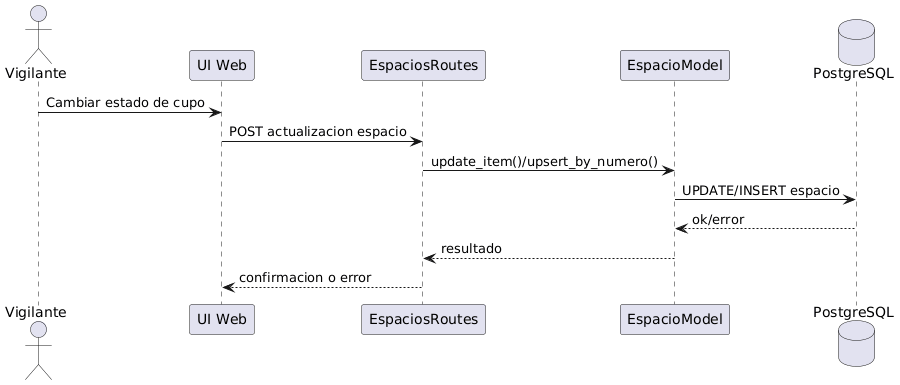
Before: docs/uml/render/secuencias/CU09_gestionar_espacios.png, a diagram exported from PlantUML (maranavard/SISTEMA-COMPUTACIONAL-PARA-LA-GESTION-Y-CONTROL-DE-ACCESO-DE-AUTOMOVILES-M-DULO-WEB).
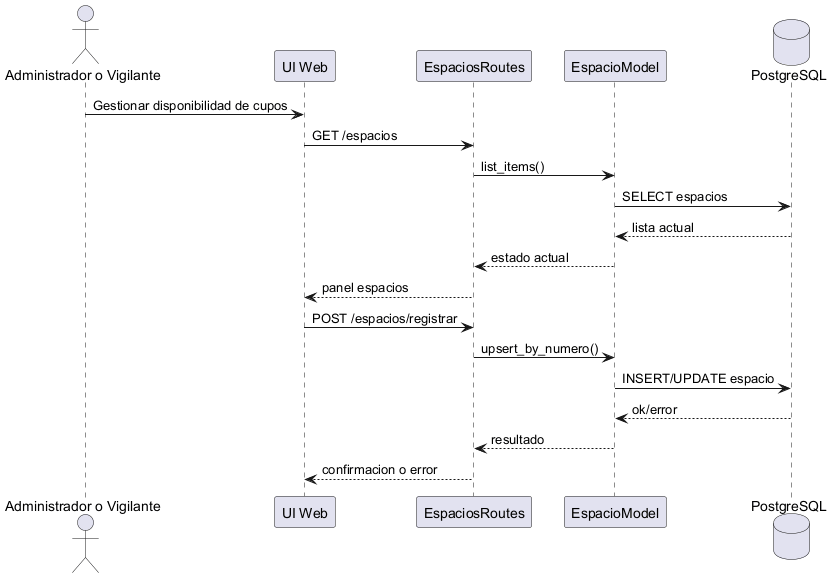
Later version of the same file.

What changed in the source:
```diff
@@ -1,14 +1,21 @@
-@startuml
-actor Vigilante
+@startuml CU09_gestionar_espacios
+actor "Administrador o Vigilante" as Actor
 participant "UI Web" as UI
 participant "EspaciosRoutes" as E
 participant "EspacioModel" as M
 database "PostgreSQL" as DB
 
-Vigilante -> UI : Cambiar estado de cupo
-UI -> E : POST actualizacion espacio
-E -> M : update_item()/upsert_by_numero()
-M -> DB : UPDATE/INSERT espacio
+Actor -> UI : Gestionar disponibilidad de cupos
+UI -> E : GET /espacios
+E -> M : list_items()
+M -> DB : SELECT espacios
+DB --> M : lista actual
+M --> E : estado actual
+E --> UI : panel espacios
+
+UI -> E : POST /espacios/registrar
+E -> M : upsert_by_numero()
+M -> DB : INSERT/UPDATE espacio
 DB --> M : ok/error
 M --> E : resultado
 E --> UI : confirmacion o error
```
